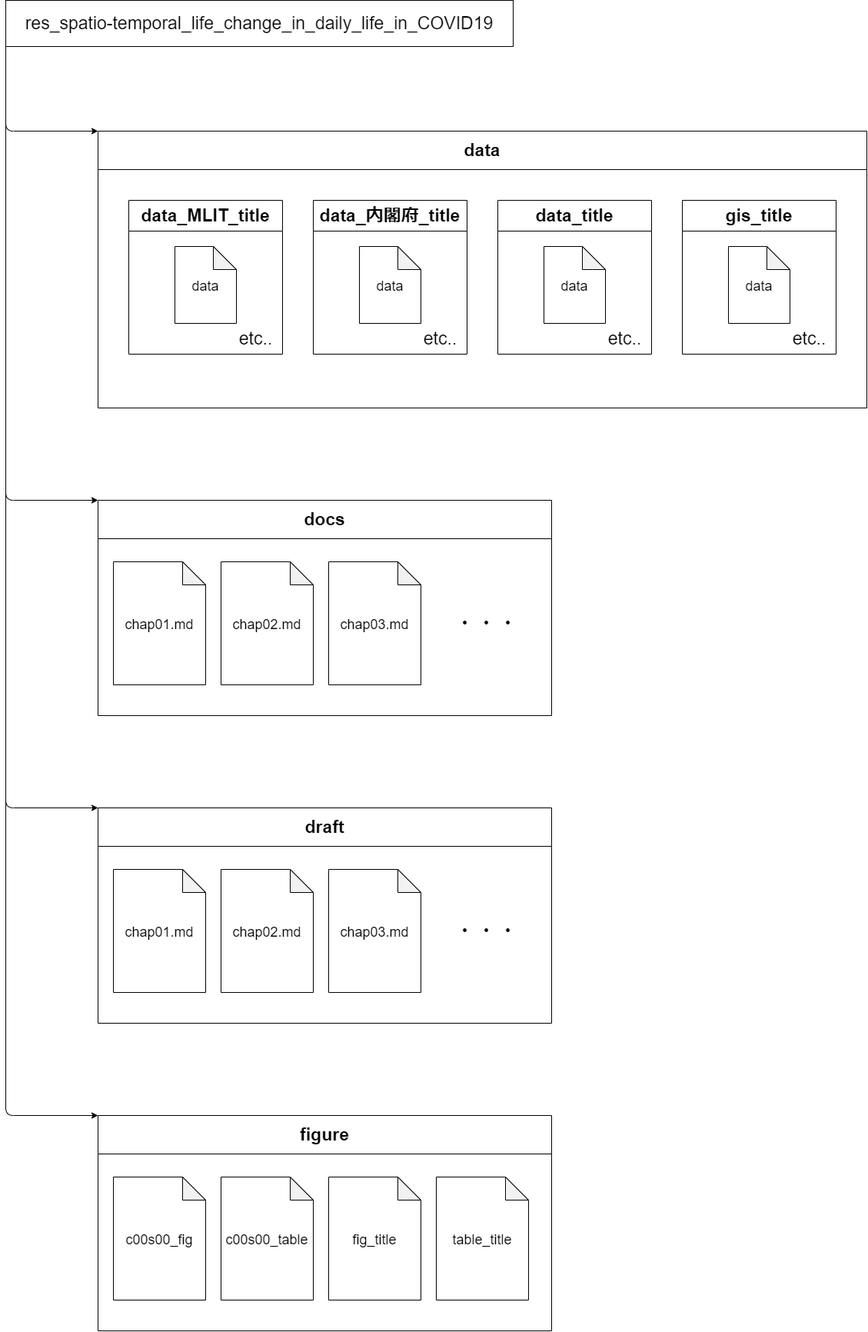
Above: figure/fig_structuring_directly.png in ots-szk/graduation-thesis (draw.io), before the change. Source tidied: cells renumbered, new cells last; positions are measured from the earlier drawing's top-left corner, leaving out a move shared by most shapes.
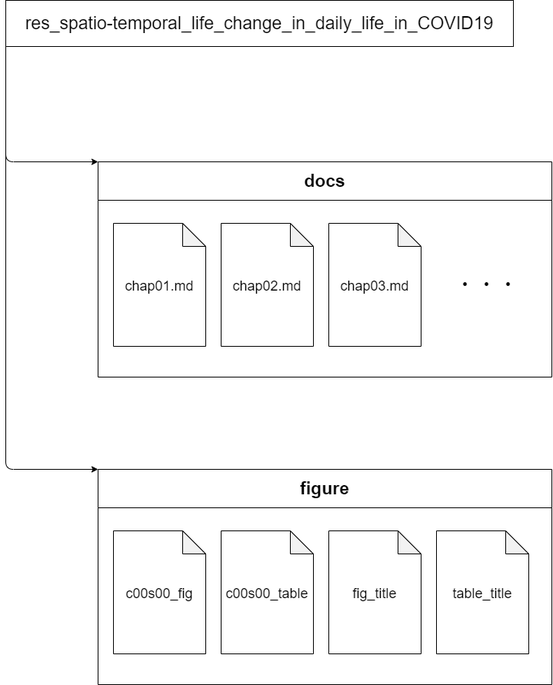
Later version of the same file.

The edit, as a diff of the source:
```diff
@@ -1,40 +1,26 @@
-<mxGraphModel>
+<mxGraphModel background="#ffffff">
   <root>
     <mxCell id="0" />
     <mxCell id="1" parent="0" />
     <mxCell id="2" value="&lt;font style=&quot;font-size: 23px;&quot;&gt;res_spatio-temporal_life_change_in_daily_life_in_COVID19&lt;/font&gt;" style="whiteSpace=wrap;html=1;" parent="1" vertex="1">
-      <mxGeometry width="660" height="60" as="geometry" />
+      <mxGeometry y="100" width="660" height="60" as="geometry" />
     </mxCell>
-    <mxCell id="3" style="endArrow=classic;html=1;fontSize=21;entryX=0;entryY=0;entryDx=0;entryDy=0;exitX=0;exitY=1;exitDx=0;exitDy=0;" parent="1" edge="1" source="2" target="17">
-      <mxGeometry relative="1" as="geometry">
-        <Array as="points">
-          <mxPoint y="170" />
-        </Array>
-      </mxGeometry>
-    </mxCell>
-    <mxCell id="4" style="endArrow=classic;html=1;fontSize=21;exitX=0;exitY=1;exitDx=0;exitDy=0;entryX=0;entryY=0;entryDx=0;entryDy=0;" parent="1" edge="1" source="2" target="12">
-      <mxGeometry relative="1" as="geometry">
-        <Array as="points">
-          <mxPoint y="1050" />
-        </Array>
-      </mxGeometry>
-    </mxCell>
     <mxCell id="5" style="endArrow=classic;html=1;fontSize=21;exitX=0;exitY=0.833;exitDx=0;exitDy=0;exitPerimeter=0;entryX=0;entryY=0;entryDx=0;entryDy=0;" parent="1" edge="1" source="2" target="30">
       <mxGeometry relative="1" as="geometry">
         <Array as="points">
-          <mxPoint y="650" />
+          <mxPoint y="310" />
         </Array>
       </mxGeometry>
     </mxCell>
     <mxCell id="6" style="endArrow=classic;html=1;fontSize=21;exitX=0;exitY=1;exitDx=0;exitDy=0;entryX=0;entryY=0;entryDx=0;entryDy=0;" parent="1" edge="1" source="2" target="7">
       <mxGeometry relative="1" as="geometry">
         <Array as="points">
-          <mxPoint y="1450" />
+          <mxPoint y="710" />
         </Array>
       </mxGeometry>
     </mxCell>
     <mxCell id="7" value="&lt;font style=&quot;font-size: 23px;&quot;&gt;figure&lt;/font&gt;" style="swimlane;whiteSpace=wrap;html=1;fontSize=21;startSize=50;" parent="1" vertex="1">
-      <mxGeometry x="120" y="1450" width="590" height="280" as="geometry" />
+      <mxGeometry x="120" y="710" width="590" height="280" as="geometry" />
     </mxCell>
     <mxCell id="8" value="&lt;font style=&quot;font-size: 18px;&quot;&gt;c00s00_fig&lt;/font&gt;" style="shape=note;whiteSpace=wrap;html=1;backgroundOutline=1;darkOpacity=0.05;fontSize=23;" parent="7" vertex="1">
       <mxGeometry x="20" y="80" width="120" height="160" as="geometry" />
@@ -48,62 +34,8 @@
     <mxCell id="11" value="&lt;font style=&quot;font-size: 18px;&quot;&gt;c00s00_table&lt;/font&gt;" style="shape=note;whiteSpace=wrap;html=1;backgroundOutline=1;darkOpacity=0.05;fontSize=23;" parent="7" vertex="1">
       <mxGeometry x="160" y="80" width="120" height="160" as="geometry" />
     </mxCell>
-    <mxCell id="12" value="&lt;span style=&quot;font-size: 23px;&quot;&gt;draft&lt;/span&gt;" style="swimlane;whiteSpace=wrap;html=1;fontSize=21;startSize=50;" parent="1" vertex="1">
-      <mxGeometry x="120" y="1050" width="590" height="280" as="geometry" />
-    </mxCell>
-    <mxCell id="13" value="&lt;span style=&quot;font-size: 18px;&quot;&gt;chap01.md&lt;/span&gt;" style="shape=note;whiteSpace=wrap;html=1;backgroundOutline=1;darkOpacity=0.05;fontSize=23;" parent="12" vertex="1">
-      <mxGeometry x="20" y="80" width="120" height="160" as="geometry" />
-    </mxCell>
-    <mxCell id="14" value="&lt;span style=&quot;font-size: 18px;&quot;&gt;chap03.md&lt;/span&gt;" style="shape=note;whiteSpace=wrap;html=1;backgroundOutline=1;darkOpacity=0.05;fontSize=23;" parent="12" vertex="1">
-      <mxGeometry x="300" y="80" width="120" height="160" as="geometry" />
-    </mxCell>
-    <mxCell id="15" value="&lt;font style=&quot;font-size: 18px;&quot;&gt;chap02.md&lt;/font&gt;" style="shape=note;whiteSpace=wrap;html=1;backgroundOutline=1;darkOpacity=0.05;fontSize=23;" parent="12" vertex="1">
-      <mxGeometry x="160" y="80" width="120" height="160" as="geometry" />
-    </mxCell>
-    <mxCell id="16" value="&lt;font style=&quot;font-size: 28px;&quot;&gt;・・・&lt;/font&gt;" style="text;html=1;align=center;verticalAlign=middle;strokeColor=none;fillColor=none;fontSize=23;" parent="12" vertex="1">
-      <mxGeometry x="450" y="135" width="110" height="50" as="geometry" />
-    </mxCell>
-    <mxCell id="17" value="&lt;span style=&quot;font-size: 23px;&quot;&gt;data&lt;/span&gt;" style="swimlane;whiteSpace=wrap;html=1;fontSize=21;startSize=50;" parent="1" vertex="1">
-      <mxGeometry x="120" y="170" width="1000" height="360" as="geometry" />
-    </mxCell>
-    <mxCell id="18" value="data_MLIT_title" style="swimlane;whiteSpace=wrap;html=1;fontSize=23;startSize=40;" parent="17" vertex="1">
-      <mxGeometry x="40" y="90" width="200" height="200" as="geometry" />
-    </mxCell>
-    <mxCell id="19" value="&lt;span style=&quot;font-size: 18px;&quot;&gt;data&lt;/span&gt;" style="shape=note;whiteSpace=wrap;html=1;backgroundOutline=1;darkOpacity=0.05;fontSize=23;" parent="18" vertex="1">
-      <mxGeometry x="60" y="60" width="80" height="100" as="geometry" />
-    </mxCell>
-    <mxCell id="20" value="etc.." style="text;html=1;align=center;verticalAlign=middle;strokeColor=none;fillColor=none;fontSize=23;" parent="18" vertex="1">
-      <mxGeometry x="130" y="160" width="70" height="40" as="geometry" />
-    </mxCell>
-    <mxCell id="21" value="data_内閣府_title" style="swimlane;whiteSpace=wrap;html=1;fontSize=23;startSize=40;" parent="17" vertex="1">
-      <mxGeometry x="280" y="90" width="200" height="200" as="geometry" />
-    </mxCell>
-    <mxCell id="22" value="&lt;span style=&quot;font-size: 18px;&quot;&gt;data&lt;/span&gt;" style="shape=note;whiteSpace=wrap;html=1;backgroundOutline=1;darkOpacity=0.05;fontSize=23;" parent="21" vertex="1">
-      <mxGeometry x="60" y="60" width="80" height="100" as="geometry" />
-    </mxCell>
-    <mxCell id="23" value="etc.." style="text;html=1;align=center;verticalAlign=middle;strokeColor=none;fillColor=none;fontSize=23;" parent="21" vertex="1">
-      <mxGeometry x="130" y="160" width="70" height="40" as="geometry" />
-    </mxCell>
-    <mxCell id="24" value="gis_title" style="swimlane;whiteSpace=wrap;html=1;fontSize=23;startSize=40;" parent="17" vertex="1">
-      <mxGeometry x="760" y="90" width="200" height="200" as="geometry" />
-    </mxCell>
-    <mxCell id="25" value="&lt;span style=&quot;font-size: 18px;&quot;&gt;data&lt;/span&gt;" style="shape=note;whiteSpace=wrap;html=1;backgroundOutline=1;darkOpacity=0.05;fontSize=23;" parent="24" vertex="1">
-      <mxGeometry x="60" y="60" width="80" height="100" as="geometry" />
-    </mxCell>
-    <mxCell id="26" value="etc.." style="text;html=1;align=center;verticalAlign=middle;strokeColor=none;fillColor=none;fontSize=23;" parent="24" vertex="1">
-      <mxGeometry x="130" y="160" width="70" height="40" as="geometry" />
-    </mxCell>
-    <mxCell id="27" value="data_title" style="swimlane;whiteSpace=wrap;html=1;fontSize=23;startSize=40;" parent="17" vertex="1">
-      <mxGeometry x="520" y="90" width="200" height="200" as="geometry" />
-    </mxCell>
-    <mxCell id="28" value="&lt;span style=&quot;font-size: 18px;&quot;&gt;data&lt;/span&gt;" style="shape=note;whiteSpace=wrap;html=1;backgroundOutline=1;darkOpacity=0.05;fontSize=23;" parent="27" vertex="1">
-      <mxGeometry x="60" y="60" width="80" height="100" as="geometry" />
-    </mxCell>
-    <mxCell id="29" value="etc.." style="text;html=1;align=center;verticalAlign=middle;strokeColor=none;fillColor=none;fontSize=23;" parent="27" vertex="1">
-      <mxGeometry x="130" y="160" width="70" height="40" as="geometry" />
-    </mxCell>
     <mxCell id="30" value="&lt;span style=&quot;font-size: 23px;&quot;&gt;docs&lt;/span&gt;" style="swimlane;whiteSpace=wrap;html=1;fontSize=21;startSize=50;" parent="1" vertex="1">
-      <mxGeometry x="120" y="650" width="590" height="280" as="geometry" />
+      <mxGeometry x="120" y="310" width="590" height="280" as="geometry" />
     </mxCell>
     <mxCell id="31" value="&lt;span style=&quot;font-size: 18px;&quot;&gt;chap01.md&lt;/span&gt;" style="shape=note;whiteSpace=wrap;html=1;backgroundOutline=1;darkOpacity=0.05;fontSize=23;" parent="30" vertex="1">
       <mxGeometry x="20" y="80" width="120" height="160" as="geometry" />
```
